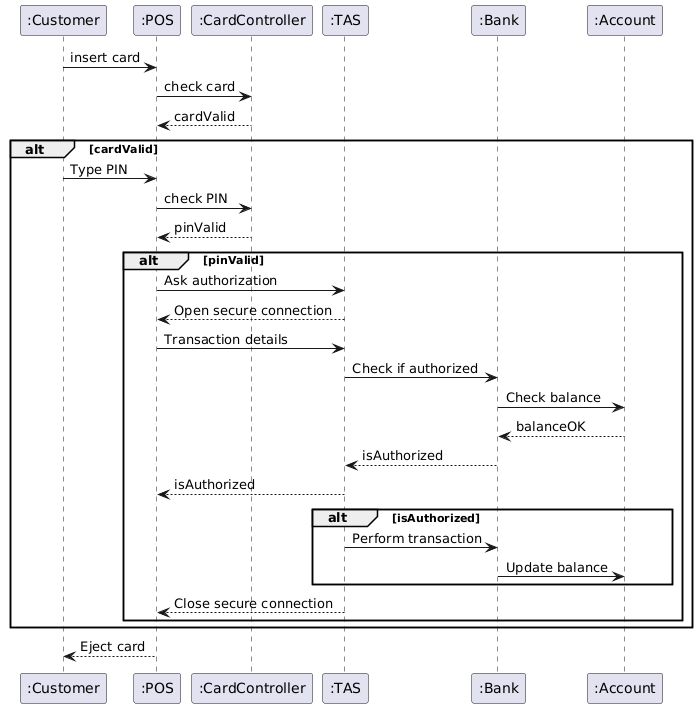
Before: sequence-diagrams/seq_payment.png, a diagram exported from PlantUML (Enzu83/cs-genie-logiciel). Its diagram source:
```plantuml
@startuml
participant ":Customer" as USER
participant ":POS" as POS
participant ":CardController" as CONTROLLER
participant ":TAS" as TAS
participant ":Bank" as BANK
participant ":Account" as ACCOUNT

USER -> POS : insert card
POS -> CONTROLLER : check card
POS <-- CONTROLLER : cardValid

alt cardValid
USER -> POS : Type PIN
POS -> CONTROLLER : check PIN
POS <-- CONTROLLER : pinValid

alt pinValid
POS -> TAS: Ask authorization
POS <-- TAS: Open secure connection
POS -> TAS: Transaction details
TAS -> BANK: Check if authorized
BANK -> ACCOUNT: Check balance
BANK <-- ACCOUNT: balanceOK
TAS <-- BANK: isAuthorized
POS <-- TAS: isAuthorized

alt isAuthorized
TAS -> BANK: Perform transaction
BANK -> ACCOUNT: Update balance
end

POS <-- TAS: Close secure connection
end
end

USER <-- POS: Eject card
@enduml
```
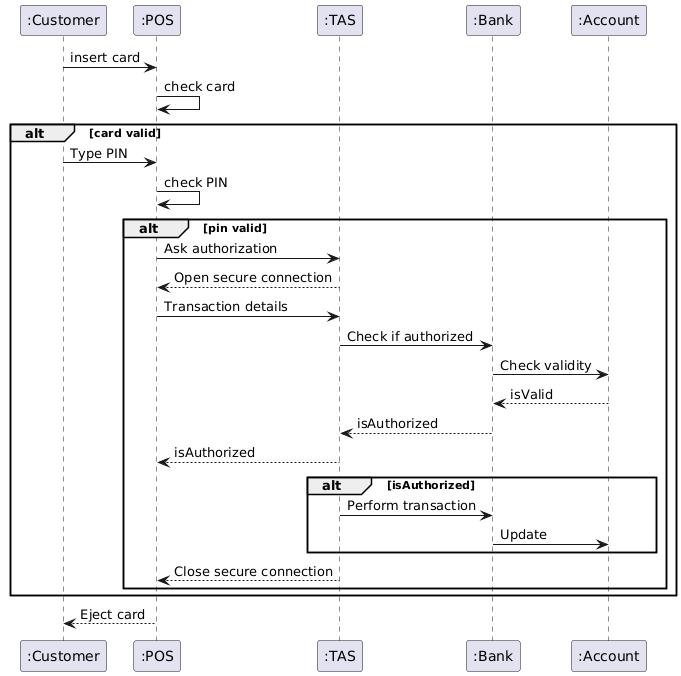
The same file after the commit.

What changed in the source:
```diff
@@ -1,33 +1,30 @@
 @startuml
 participant ":Customer" as USER
 participant ":POS" as POS
-participant ":CardController" as CONTROLLER
 participant ":TAS" as TAS
 participant ":Bank" as BANK
 participant ":Account" as ACCOUNT
 
 USER -> POS : insert card
-POS -> CONTROLLER : check card
-POS <-- CONTROLLER : cardValid
+POS -> POS : check card
 
-alt cardValid
+alt card valid
 USER -> POS : Type PIN
-POS -> CONTROLLER : check PIN
-POS <-- CONTROLLER : pinValid
+POS -> POS : check PIN
 
-alt pinValid
+alt pin valid
 POS -> TAS: Ask authorization
 POS <-- TAS: Open secure connection
 POS -> TAS: Transaction details
 TAS -> BANK: Check if authorized
-BANK -> ACCOUNT: Check balance
-BANK <-- ACCOUNT: balanceOK
+BANK -> ACCOUNT: Check validity
+BANK <-- ACCOUNT: isValid
 TAS <-- BANK: isAuthorized
 POS <-- TAS: isAuthorized
 
 alt isAuthorized
 TAS -> BANK: Perform transaction
-BANK -> ACCOUNT: Update balance
+BANK -> ACCOUNT: Update
 end
 
 POS <-- TAS: Close secure connection
```
